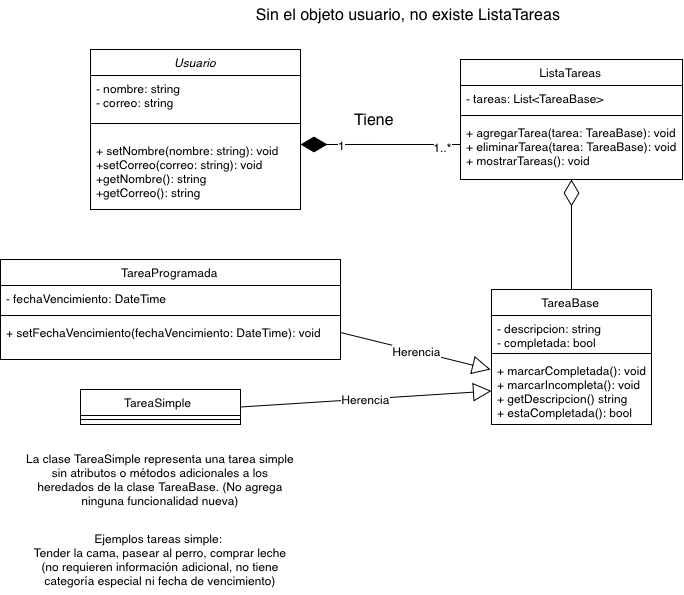
Above: TC1030_Proyecto.png in A01712128/TC1030_PROYECTO (draw.io), before the change. Source tidied: cells renumbered, new cells last; positions are measured from the earlier drawing's top-left corner, leaving out a move shared by most shapes.
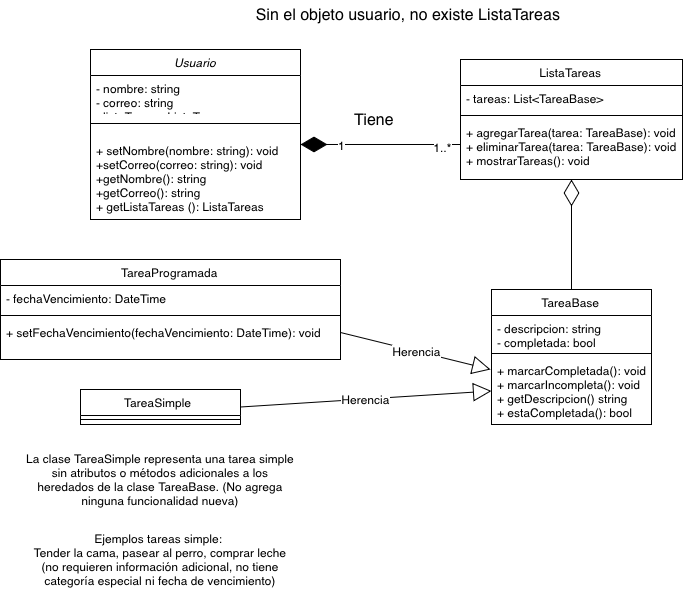
The same file after the commit.

What changed in the source:
```diff
@@ -3,15 +3,15 @@
     <mxCell id="0" />
     <mxCell id="1" parent="0" />
     <mxCell id="2" value="Usuario" style="swimlane;fontStyle=2;align=center;verticalAlign=top;horizontal=1;startSize=26;rounded=0;shadow=0;strokeWidth=1;" parent="1" vertex="1">
-      <mxGeometry x="90" y="50" width="210" height="160" as="geometry" />
+      <mxGeometry x="90" y="50" width="210" height="170" as="geometry" />
     </mxCell>
-    <mxCell id="3" value="- nombre: string&#10;- correo: string" style="text;align=left;verticalAlign=top;spacingLeft=4;spacingRight=4;overflow=hidden;" parent="2" vertex="1">
+    <mxCell id="3" value="- nombre: string&#10;- correo: string&#10;- listaTareas: ListaTareas" style="text;align=left;verticalAlign=top;spacingLeft=4;spacingRight=4;overflow=hidden;" parent="2" vertex="1">
       <mxGeometry y="26" width="210" height="34" as="geometry" />
     </mxCell>
     <mxCell id="4" style="line;html=1;strokeWidth=1;align=left;verticalAlign=middle;spacingTop=-1;spacingLeft=3;spacingRight=3;labelPosition=right;" parent="2" vertex="1">
       <mxGeometry y="60" width="210" height="28" as="geometry" />
     </mxCell>
-    <mxCell id="5" value="+ setNombre(nombre: string): void&#10;+setCorreo(correo: string): void&#10;+getNombre(): string&#10;+getCorreo(): string" style="text;align=left;verticalAlign=top;spacingLeft=4;spacingRight=4;overflow=hidden;points=[[0,0.5],[1,0.5]];portConstraint=eastwest;" parent="2" vertex="1">
+    <mxCell id="5" value="+ setNombre(nombre: string): void&#10;+setCorreo(correo: string): void&#10;+getNombre(): string&#10;+getCorreo(): string&#10;+ getListaTareas (): ListaTareas" style="text;align=left;verticalAlign=top;spacingLeft=4;spacingRight=4;overflow=hidden;points=[[0,0.5],[1,0.5]];portConstraint=eastwest;" parent="2" vertex="1">
       <mxGeometry y="88" width="210" height="72" as="geometry" />
     </mxCell>
     <mxCell id="6" value="TareaProgramada" style="swimlane;fontStyle=0;align=center;verticalAlign=top;horizontal=1;startSize=26;rounded=0;shadow=0;strokeWidth=1;" parent="1" vertex="1">
```
